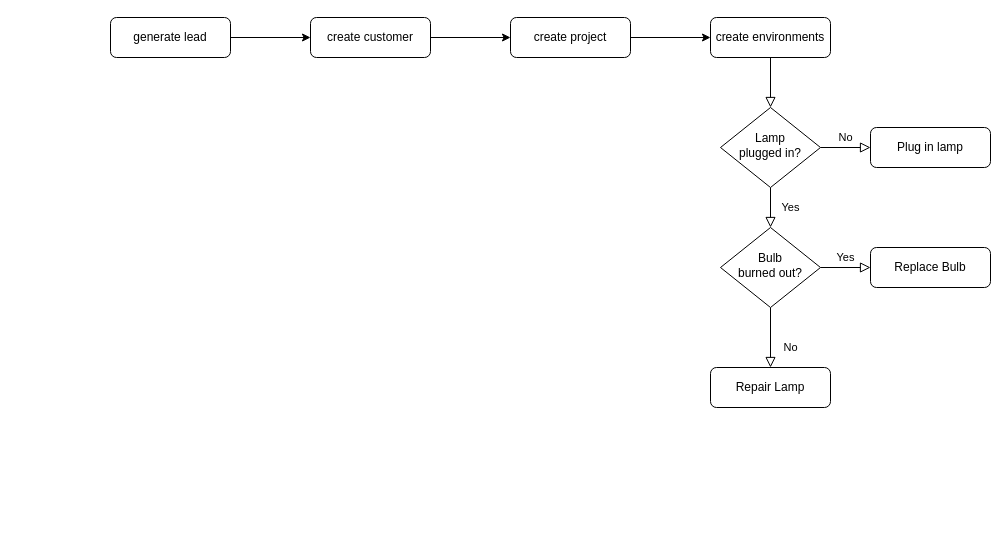
The draw.io diagram Product-licencing.drawio in GAndanje/product-licensing, before the edit. Source tidied: cells renumbered, new cells numbered last; positions are measured from the earlier drawing's top-left corner, leaving out a move shared by most shapes. Both pictures are drawn from the tidied source at 100%, with x=0, y=0 at pixel (110, 17).
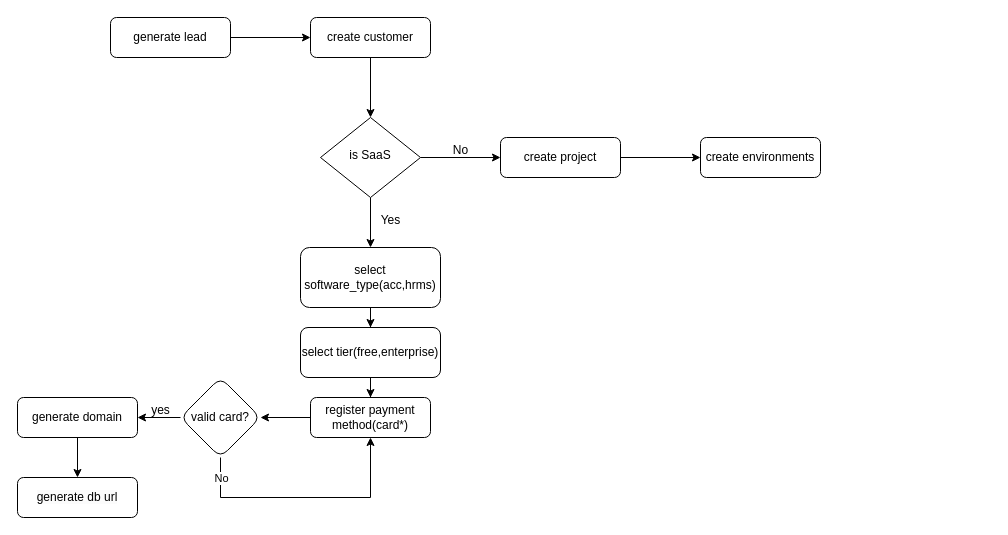
Above is the later version.

Unchanged cells that the change refers to:
```xml
<mxCell id="16" value="create customer" style="rounded=1;whiteSpace=wrap;html=1;fontSize=12;glass=0;strokeWidth=1;shadow=0;" parent="1" vertex="1">
  <mxGeometry x="200" width="120" height="40" as="geometry" />
</mxCell>
```

Change to the diagram source:
```diff
@@
-    <mxCell id="2" style="rounded=0;html=1;jettySize=auto;fontSize=11;endArrow=block;endFill=0;endSize=8;strokeWidth=1;shadow=0;labelBackgroundColor=none;edgeStyle=orthogonalEdgeStyle;" parent="1" edge="1" source="3" target="6">
-      <mxGeometry relative="1" as="geometry" />
-    </mxCell>
     <mxCell id="3" value="create environments" style="rounded=1;whiteSpace=wrap;html=1;fontSize=12;glass=0;strokeWidth=1;shadow=0;" parent="1" vertex="1">
-      <mxGeometry x="600" width="120" height="40" as="geometry" />
+      <mxGeometry x="590" y="120" width="120" height="40" as="geometry" />
     </mxCell>
-    <mxCell id="4" value="Yes" style="rounded=0;html=1;jettySize=auto;fontSize=11;endArrow=block;endFill=0;endSize=8;strokeWidth=1;shadow=0;labelBackgroundColor=none;edgeStyle=orthogonalEdgeStyle;" parent="1" edge="1" source="6" target="10">
-      <mxGeometry y="20" relative="1" as="geometry" />
-    </mxCell>
-    <mxCell id="5" value="No" style="edgeStyle=orthogonalEdgeStyle;rounded=0;html=1;jettySize=auto;fontSize=11;endArrow=block;endFill=0;endSize=8;strokeWidth=1;shadow=0;labelBackgroundColor=none;" parent="1" edge="1" source="6" target="7">
-      <mxGeometry y="10" relative="1" as="geometry" />
-    </mxCell>
-    <mxCell id="6" value="Lamp&lt;br&gt;plugged in?" style="rhombus;whiteSpace=wrap;html=1;shadow=0;fontFamily=Helvetica;fontSize=12;align=center;strokeWidth=1;spacing=6;spacingTop=-4;" parent="1" vertex="1">
-      <mxGeometry x="610" y="90" width="100" height="80" as="geometry" />
-    </mxCell>
-    <mxCell id="7" value="Plug in lamp" style="rounded=1;whiteSpace=wrap;html=1;fontSize=12;glass=0;strokeWidth=1;shadow=0;" parent="1" vertex="1">
-      <mxGeometry x="760" y="110" width="120" height="40" as="geometry" />
-    </mxCell>
-    <mxCell id="8" value="No" style="rounded=0;html=1;jettySize=auto;fontSize=11;endArrow=block;endFill=0;endSize=8;strokeWidth=1;shadow=0;labelBackgroundColor=none;edgeStyle=orthogonalEdgeStyle;" parent="1" edge="1" source="10" target="11">
-      <mxGeometry x="0.33" y="20" relative="1" as="geometry" />
-    </mxCell>
-    <mxCell id="9" value="Yes" style="edgeStyle=orthogonalEdgeStyle;rounded=0;html=1;jettySize=auto;fontSize=11;endArrow=block;endFill=0;endSize=8;strokeWidth=1;shadow=0;labelBackgroundColor=none;" parent="1" edge="1" source="10" target="12">
-      <mxGeometry y="10" relative="1" as="geometry" />
-    </mxCell>
-    <mxCell id="10" value="Bulb&lt;br&gt;burned out?" style="rhombus;whiteSpace=wrap;html=1;shadow=0;fontFamily=Helvetica;fontSize=12;align=center;strokeWidth=1;spacing=6;spacingTop=-4;" parent="1" vertex="1">
-      <mxGeometry x="610" y="210" width="100" height="80" as="geometry" />
-    </mxCell>
-    <mxCell id="11" value="Repair Lamp" style="rounded=1;whiteSpace=wrap;html=1;fontSize=12;glass=0;strokeWidth=1;shadow=0;" parent="1" vertex="1">
-      <mxGeometry x="600" y="350" width="120" height="40" as="geometry" />
-    </mxCell>
-    <mxCell id="12" value="Replace Bulb" style="rounded=1;whiteSpace=wrap;html=1;fontSize=12;glass=0;strokeWidth=1;shadow=0;" parent="1" vertex="1">
-      <mxGeometry x="760" y="230" width="120" height="40" as="geometry" />
-    </mxCell>
@@
     <mxCell id="14" value="create project" style="rounded=1;whiteSpace=wrap;html=1;fontSize=12;glass=0;strokeWidth=1;shadow=0;" parent="1" vertex="1">
-      <mxGeometry x="400" width="120" height="40" as="geometry" />
+      <mxGeometry x="390" y="120" width="120" height="40" as="geometry" />
     </mxCell>
-    <mxCell id="15" style="edgeStyle=orthogonalEdgeStyle;rounded=0;jettySize=auto;html=1;" parent="1" edge="1" source="16" target="14">
-      <mxGeometry relative="1" as="geometry" />
-    </mxCell>
+    <mxCell id="19" style="edgeStyle=orthogonalEdgeStyle;rounded=0;jettySize=auto;html=1;" parent="1" edge="1" source="16" target="22">
+      <mxGeometry relative="1" as="geometry" />
+    </mxCell>
@@
+    <mxCell id="20" style="edgeStyle=orthogonalEdgeStyle;rounded=0;jettySize=auto;html=1;" parent="1" edge="1" source="22" target="14">
+      <mxGeometry relative="1" as="geometry" />
+    </mxCell>
+    <mxCell id="21" style="edgeStyle=orthogonalEdgeStyle;rounded=0;jettySize=auto;html=1;" parent="1" edge="1" source="22" target="25">
+      <mxGeometry relative="1" as="geometry" />
+    </mxCell>
+    <mxCell id="22" value="is SaaS" style="rhombus;whiteSpace=wrap;html=1;shadow=0;fontFamily=Helvetica;fontSize=12;align=center;strokeWidth=1;spacing=6;spacingTop=-4;" parent="1" vertex="1">
+      <mxGeometry x="210" y="100" width="100" height="80" as="geometry" />
+    </mxCell>
+    <mxCell id="23" value="No" style="text;html=1;align=center;verticalAlign=middle;strokeColor=none;fillColor=none;" parent="1" vertex="1">
+      <mxGeometry x="330" y="118" width="40" height="30" as="geometry" />
+    </mxCell>
+    <mxCell id="24" style="edgeStyle=orthogonalEdgeStyle;rounded=0;jettySize=auto;html=1;" parent="1" edge="1" source="25" target="28">
+      <mxGeometry relative="1" as="geometry" />
+    </mxCell>
+    <mxCell id="25" value="select software_type(acc,hrms)" style="rounded=1;whiteSpace=wrap;html=1;fontSize=12;glass=0;strokeWidth=1;shadow=0;" parent="1" vertex="1">
+      <mxGeometry x="190" y="230" width="140" height="60" as="geometry" />
+    </mxCell>
+    <mxCell id="26" value="Yes" style="text;html=1;align=center;verticalAlign=middle;strokeColor=none;fillColor=none;" parent="1" vertex="1">
+      <mxGeometry x="260" y="188" width="40" height="30" as="geometry" />
+    </mxCell>
+    <mxCell id="27" style="edgeStyle=orthogonalEdgeStyle;rounded=0;jettySize=auto;html=1;" parent="1" edge="1" source="28" target="30">
+      <mxGeometry relative="1" as="geometry" />
+    </mxCell>
+    <mxCell id="28" value="select tier(free,enterprise)" style="rounded=1;whiteSpace=wrap;html=1;fontSize=12;glass=0;strokeWidth=1;shadow=0;" parent="1" vertex="1">
+      <mxGeometry x="190" y="310" width="140" height="50" as="geometry" />
+    </mxCell>
+    <mxCell id="29" style="edgeStyle=orthogonalEdgeStyle;rounded=0;jettySize=auto;html=1;" parent="1" edge="1" source="30" target="37">
+      <mxGeometry relative="1" as="geometry" />
+    </mxCell>
+    <mxCell id="30" value="register payment method(card*)" style="rounded=1;whiteSpace=wrap;html=1;fontSize=12;glass=0;strokeWidth=1;shadow=0;" parent="1" vertex="1">
+      <mxGeometry x="200" y="380" width="120" height="40" as="geometry" />
+    </mxCell>
+    <mxCell id="31" value="&lt;span style=&quot;color: rgb(0, 0, 0); font-family: Helvetica; font-size: 12px; font-style: normal; font-variant-ligatures: normal; font-variant-caps: normal; font-weight: 400; letter-spacing: normal; orphans: 2; text-align: center; text-indent: 0px; text-transform: none; widows: 2; word-spacing: 0px; -webkit-text-stroke-width: 0px; white-space: normal; background-color: rgb(251, 251, 251); text-decoration-thickness: initial; text-decoration-style: initial; text-decoration-color: initial; display: inline !important; float: none;&quot;&gt;generate db url&lt;/span&gt;" style="rounded=1;whiteSpace=wrap;html=1;fontSize=12;glass=0;strokeWidth=1;shadow=0;" parent="1" vertex="1">
+      <mxGeometry x="-93" y="460" width="120" height="40" as="geometry" />
+    </mxCell>
+    <mxCell id="32" style="edgeStyle=orthogonalEdgeStyle;rounded=0;jettySize=auto;html=1;" parent="1" edge="1" source="33" target="31">
+      <mxGeometry relative="1" as="geometry" />
+    </mxCell>
+    <mxCell id="33" value="generate domain" style="rounded=1;whiteSpace=wrap;html=1;fontSize=12;glass=0;strokeWidth=1;shadow=0;" parent="1" vertex="1">
+      <mxGeometry x="-93" y="380" width="120" height="40" as="geometry" />
+    </mxCell>
+    <mxCell id="34" style="edgeStyle=orthogonalEdgeStyle;rounded=0;jettySize=auto;html=1;" parent="1" edge="1" source="37" target="33">
+      <mxGeometry relative="1" as="geometry" />
+    </mxCell>
+    <mxCell id="35" style="edgeStyle=orthogonalEdgeStyle;rounded=0;jettySize=auto;html=1;entryX=0.5;entryY=1;entryDx=0;entryDy=0;exitX=0.5;exitY=1;exitDx=0;exitDy=0;" parent="1" edge="1" source="37" target="30">
+      <mxGeometry relative="1" as="geometry">
+        <Array as="points">
+          <mxPoint x="110" y="480" />
+          <mxPoint x="260" y="480" />
+        </Array>
+      </mxGeometry>
+    </mxCell>
+    <mxCell id="36" value="No" style="edgeLabel;html=1;align=center;verticalAlign=middle;" parent="35" vertex="1">
+      <mxGeometry x="-0.97" y="4" relative="1" as="geometry">
+        <mxPoint x="-4" y="16" as="offset" />
+      </mxGeometry>
+    </mxCell>
+    <mxCell id="37" value="valid card?" style="rhombus;whiteSpace=wrap;html=1;rounded=1;glass=0;strokeWidth=1;shadow=0;" parent="1" vertex="1">
+      <mxGeometry x="70" y="360" width="80" height="80" as="geometry" />
+    </mxCell>
+    <mxCell id="38" value="yes" style="text;html=1;align=center;verticalAlign=middle;strokeColor=none;fillColor=none;" parent="1" vertex="1">
+      <mxGeometry x="30" y="378" width="40" height="30" as="geometry" />
+    </mxCell>
```
